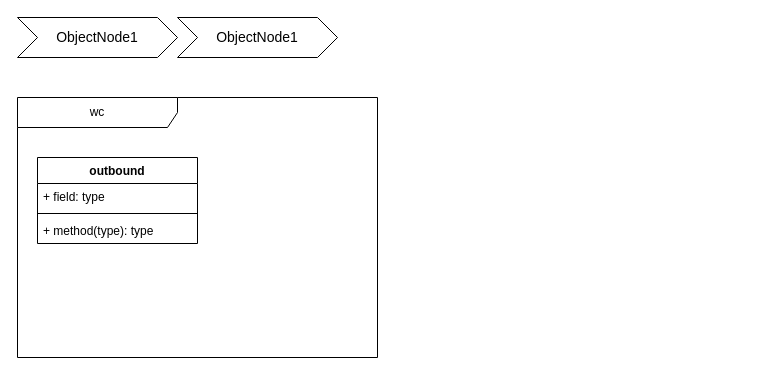
The draw.io diagram demo/demo.drawio in jianyuezhexue/diagrams, before the edit. Source tidied: cells renumbered, new cells numbered last; positions are measured from the earlier drawing's top-left corner, leaving out a move shared by most shapes. Both pictures are drawn from the tidied source at 100%, with x=0, y=0 at pixel (17, 17).
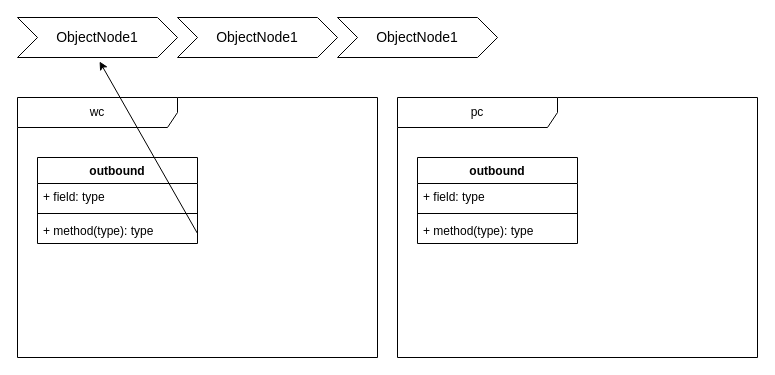
The same page after the edit.

The edit, as a diff of the source:
```diff
@@
 <mxGraphModel>
   <root>
     <mxCell id="0" />
     <mxCell id="1" parent="0" />
     <mxCell id="2" value="ObjectNode1" style="html=1;shape=mxgraph.infographic.ribbonSimple;notch1=20;notch2=20;align=center;verticalAlign=middle;fontSize=14;fontStyle=0;fillColor=#FFFFFF;whiteSpace=wrap;" parent="1" vertex="1">
       <mxGeometry width="160" height="40" as="geometry" />
     </mxCell>
     <mxCell id="3" value="ObjectNode1" style="html=1;shape=mxgraph.infographic.ribbonSimple;notch1=20;notch2=20;align=center;verticalAlign=middle;fontSize=14;fontStyle=0;fillColor=#FFFFFF;whiteSpace=wrap;" parent="1" vertex="1">
       <mxGeometry x="160" width="160" height="40" as="geometry" />
     </mxCell>
     <mxCell id="4" value="wc" style="shape=umlFrame;whiteSpace=wrap;html=1;width=160;" parent="1" vertex="1">
       <mxGeometry y="80" width="360" height="260" as="geometry" />
     </mxCell>
     <mxCell id="5" value="outbound" style="swimlane;fontStyle=1;align=center;verticalAlign=top;horizontal=1;startSize=26;whiteSpace=wrap;html=1;" parent="4" vertex="1">
       <mxGeometry x="20" y="60" width="160" height="86" as="geometry" />
     </mxCell>
     <mxCell id="6" value="+ field: type" style="text;strokeColor=none;fillColor=none;align=left;verticalAlign=top;spacingLeft=4;spacingRight=4;overflow=hidden;whiteSpace=wrap;html=1;" parent="5" vertex="1">
       <mxGeometry y="26" width="160" height="26" as="geometry" />
     </mxCell>
     <mxCell id="7" style="line;strokeWidth=1;fillColor=none;align=left;verticalAlign=middle;spacingTop=-1;spacingLeft=3;spacingRight=3;labelPosition=right;strokeColor=inherit;" parent="5" vertex="1">
       <mxGeometry y="52" width="160" height="8" as="geometry" />
     </mxCell>
     <mxCell id="8" value="+ method(type): type" style="text;strokeColor=none;fillColor=none;align=left;verticalAlign=top;spacingLeft=4;spacingRight=4;overflow=hidden;whiteSpace=wrap;html=1;" parent="5" vertex="1">
       <mxGeometry y="60" width="160" height="26" as="geometry" />
     </mxCell>
+    <mxCell id="9" style="endArrow=classic;html=1;rounded=0;entryX=0.513;entryY=1.1;entryDx=0;entryDy=0;entryPerimeter=0;" parent="4" edge="1" target="2">
+      <mxGeometry relative="1" as="geometry">
+        <mxPoint x="180" y="136" as="sourcePoint" />
+      </mxGeometry>
+    </mxCell>
+    <mxCell id="10" value="ObjectNode1" style="html=1;shape=mxgraph.infographic.ribbonSimple;notch1=20;notch2=20;align=center;verticalAlign=middle;fontSize=14;fontStyle=0;fillColor=#FFFFFF;whiteSpace=wrap;" parent="1" vertex="1">
+      <mxGeometry x="320" width="160" height="40" as="geometry" />
+    </mxCell>
+    <mxCell id="11" value="pc" style="shape=umlFrame;whiteSpace=wrap;html=1;width=160;" parent="1" vertex="1">
+      <mxGeometry x="380" y="80" width="360" height="260" as="geometry" />
+    </mxCell>
+    <mxCell id="12" value="outbound" style="swimlane;fontStyle=1;align=center;verticalAlign=top;horizontal=1;startSize=26;whiteSpace=wrap;html=1;" parent="11" vertex="1">
+      <mxGeometry x="20" y="60" width="160" height="86" as="geometry" />
+    </mxCell>
+    <mxCell id="13" value="+ field: type" style="text;strokeColor=none;fillColor=none;align=left;verticalAlign=top;spacingLeft=4;spacingRight=4;overflow=hidden;whiteSpace=wrap;html=1;" parent="12" vertex="1">
+      <mxGeometry y="26" width="160" height="26" as="geometry" />
+    </mxCell>
+    <mxCell id="14" style="line;strokeWidth=1;fillColor=none;align=left;verticalAlign=middle;spacingTop=-1;spacingLeft=3;spacingRight=3;labelPosition=right;strokeColor=inherit;" parent="12" vertex="1">
+      <mxGeometry y="52" width="160" height="8" as="geometry" />
+    </mxCell>
+    <mxCell id="15" value="+ method(type): type" style="text;strokeColor=none;fillColor=none;align=left;verticalAlign=top;spacingLeft=4;spacingRight=4;overflow=hidden;whiteSpace=wrap;html=1;" parent="12" vertex="1">
+      <mxGeometry y="60" width="160" height="26" as="geometry" />
+    </mxCell>
   </root>
 </mxGraphModel>
```
